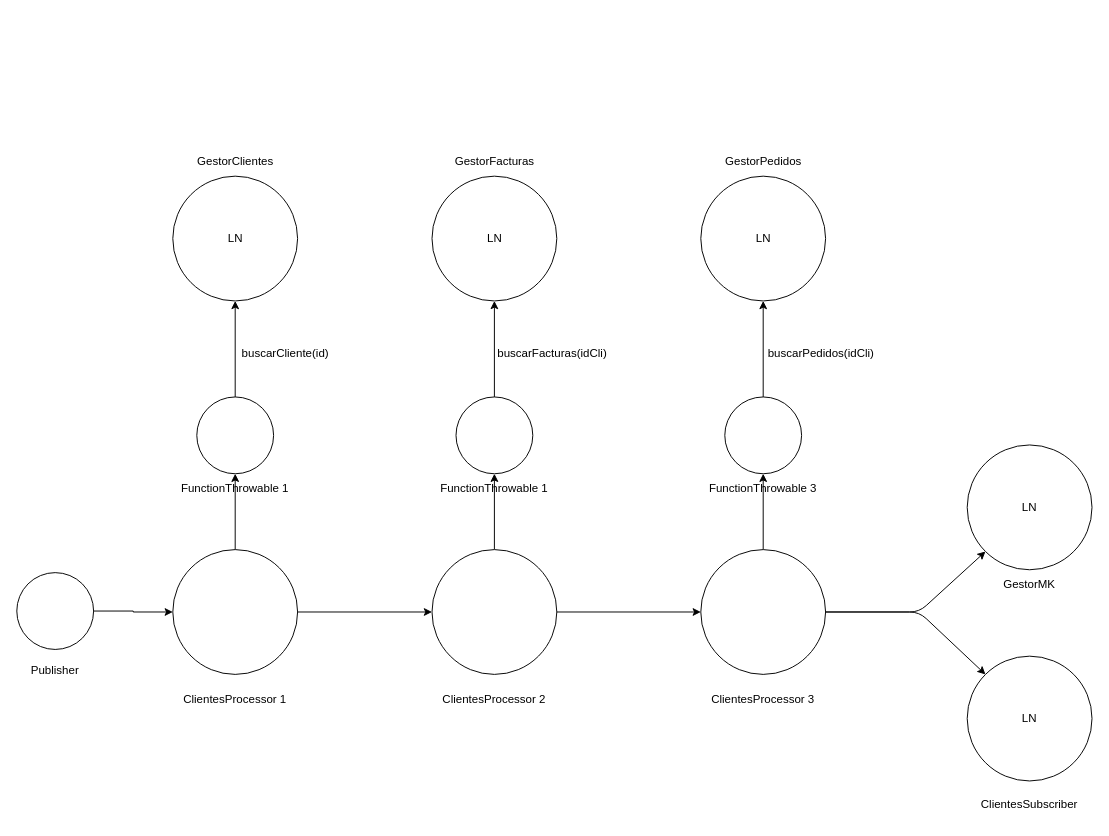
Earlier version of the draw.io diagram page "Página-1" (1 of 7) of diagramas.drawio (ravaga/Java_17). Source tidied: cells renumbered, new cells numbered last; positions are measured from the earlier drawing's top-left corner, leaving out a move shared by most shapes. Both pictures are drawn from the tidied source at 96%, with x=0, y=0 at pixel (16, 147).
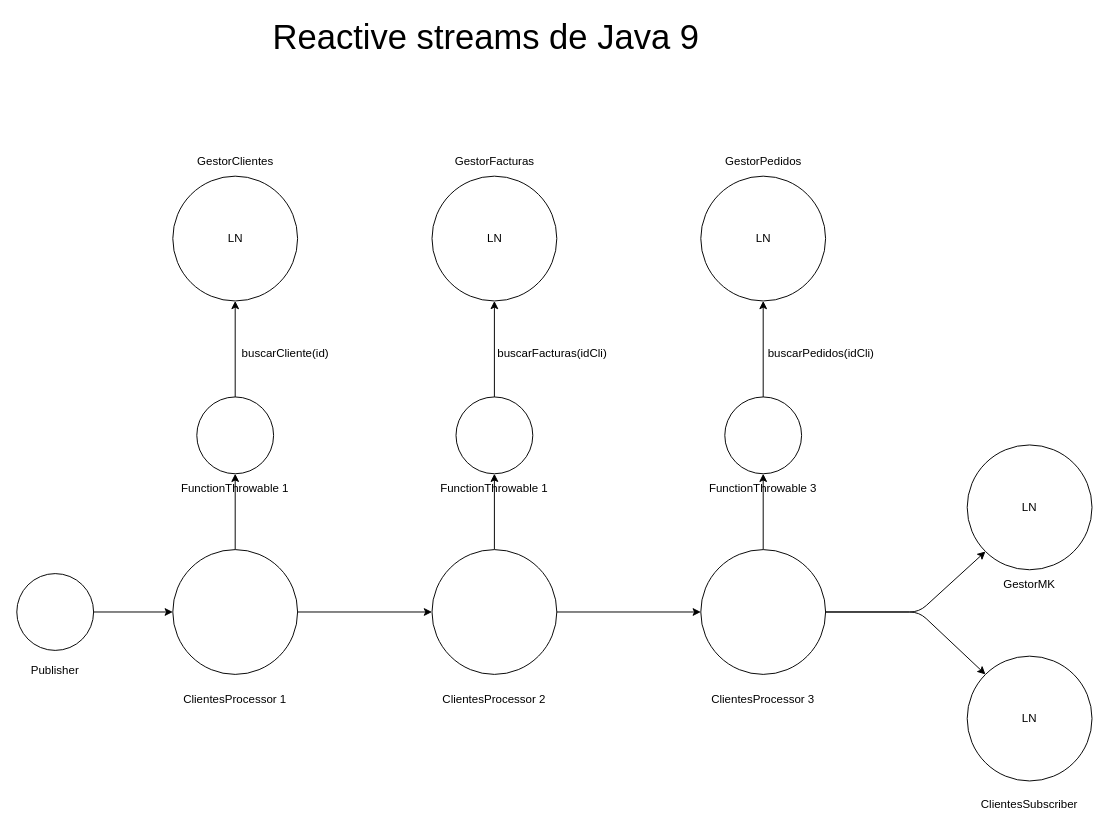
After the change.

The edit, as a diff of the source:
```diff
@@
     <mxCell id="38" style="ellipse;whiteSpace=wrap;html=1;" parent="1" vertex="1">
-      <mxGeometry y="443" width="80" height="80" as="geometry" />
+      <mxGeometry y="444" width="80" height="80" as="geometry" />
     </mxCell>
@@
+    <mxCell id="40" value="&lt;font style=&quot;font-size: 36px&quot;&gt;Reactive streams de Java 9&lt;/font&gt;" style="text;html=1;strokeColor=none;fillColor=none;align=center;verticalAlign=middle;whiteSpace=wrap;rounded=0;" parent="1" vertex="1">
+      <mxGeometry x="264.5" y="-130" width="448" height="30" as="geometry" />
+    </mxCell>
```
